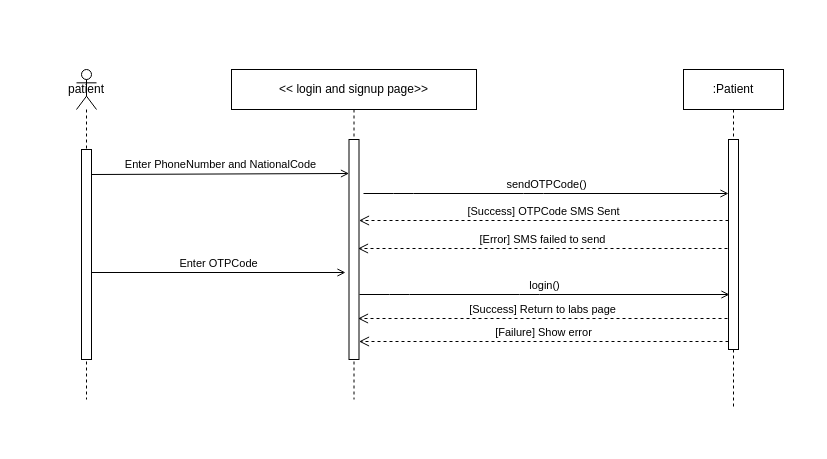
Before: page "patient-Login-signUp" (1 of 32) of SequenceDiagram.drawio in ArashSameni/SoftwareEngineering, a draw.io diagram. Source tidied: cells renumbered, new cells numbered last; positions are measured from the earlier drawing's top-left corner, leaving out a move shared by most shapes. Both pictures are drawn from the tidied source at 100%, with x=0, y=0 at pixel (76, 69).
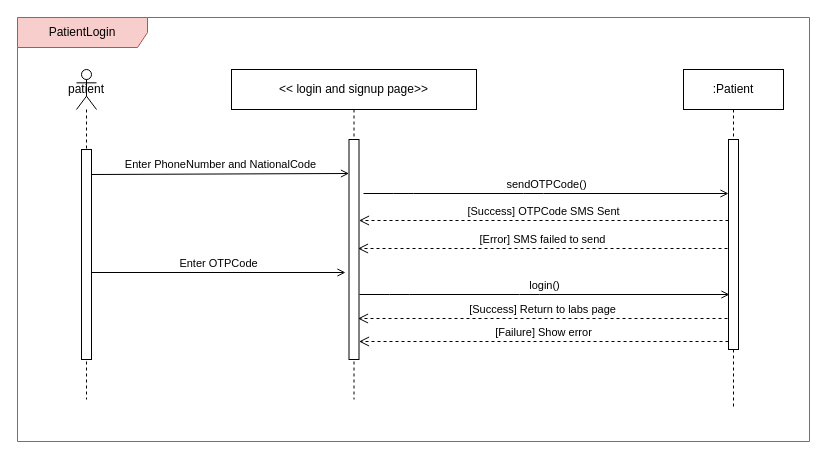
After the change.

What changed in the source:
```diff
@@
+    <mxCell id="16" value="PatientLogin" style="shape=umlFrame;whiteSpace=wrap;html=1;width=130;height=30;fillColor=#f8cecc;strokeColor=#b85450;" parent="1" vertex="1">
+      <mxGeometry x="-59" y="-52" width="792" height="424" as="geometry" />
+    </mxCell>
```
